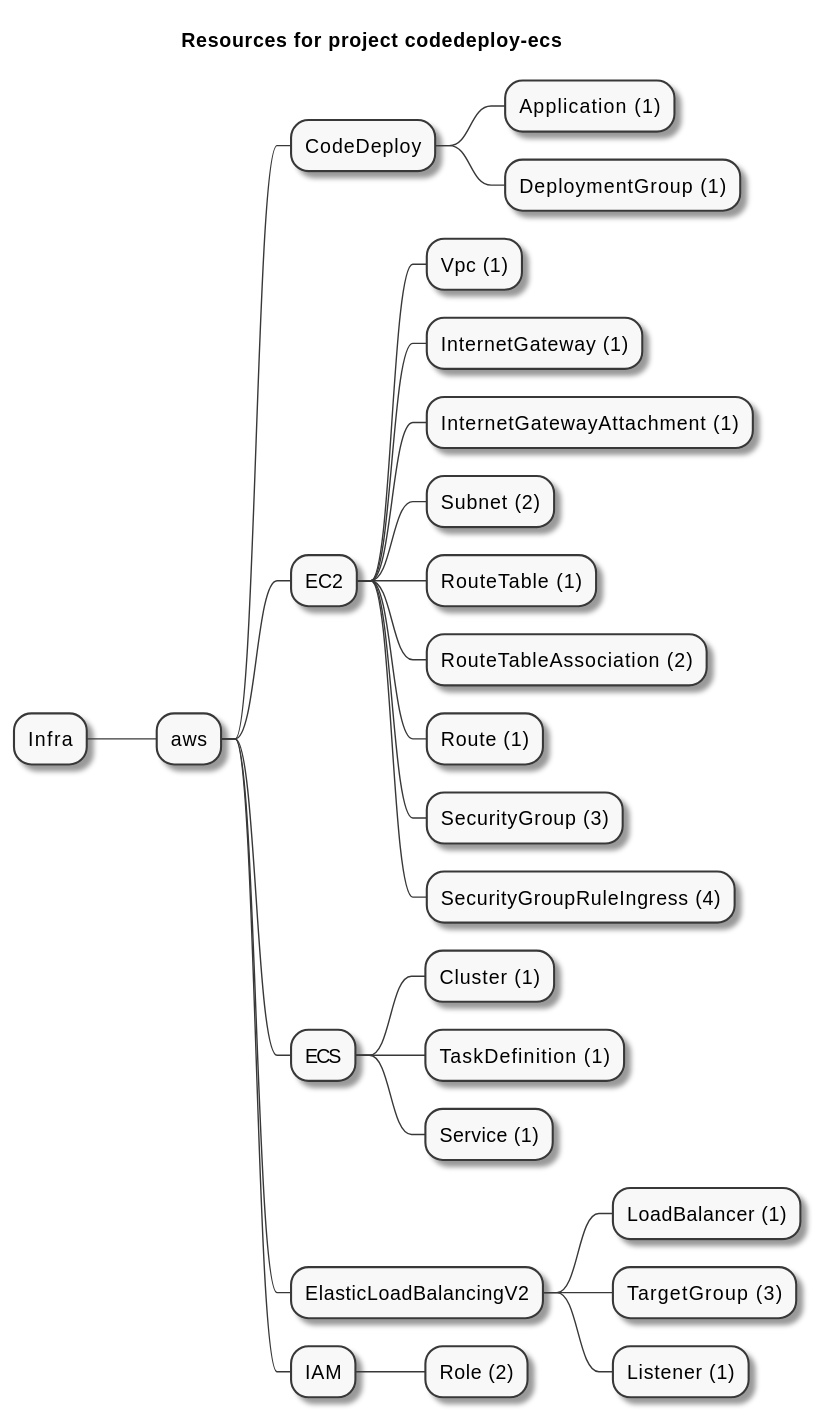
Above: examples/aws/CodeDeploy/codedeploy-ecs/artifacts/resources-mindmap.svg in grucloud/grucloud (PlantUML), before the change.
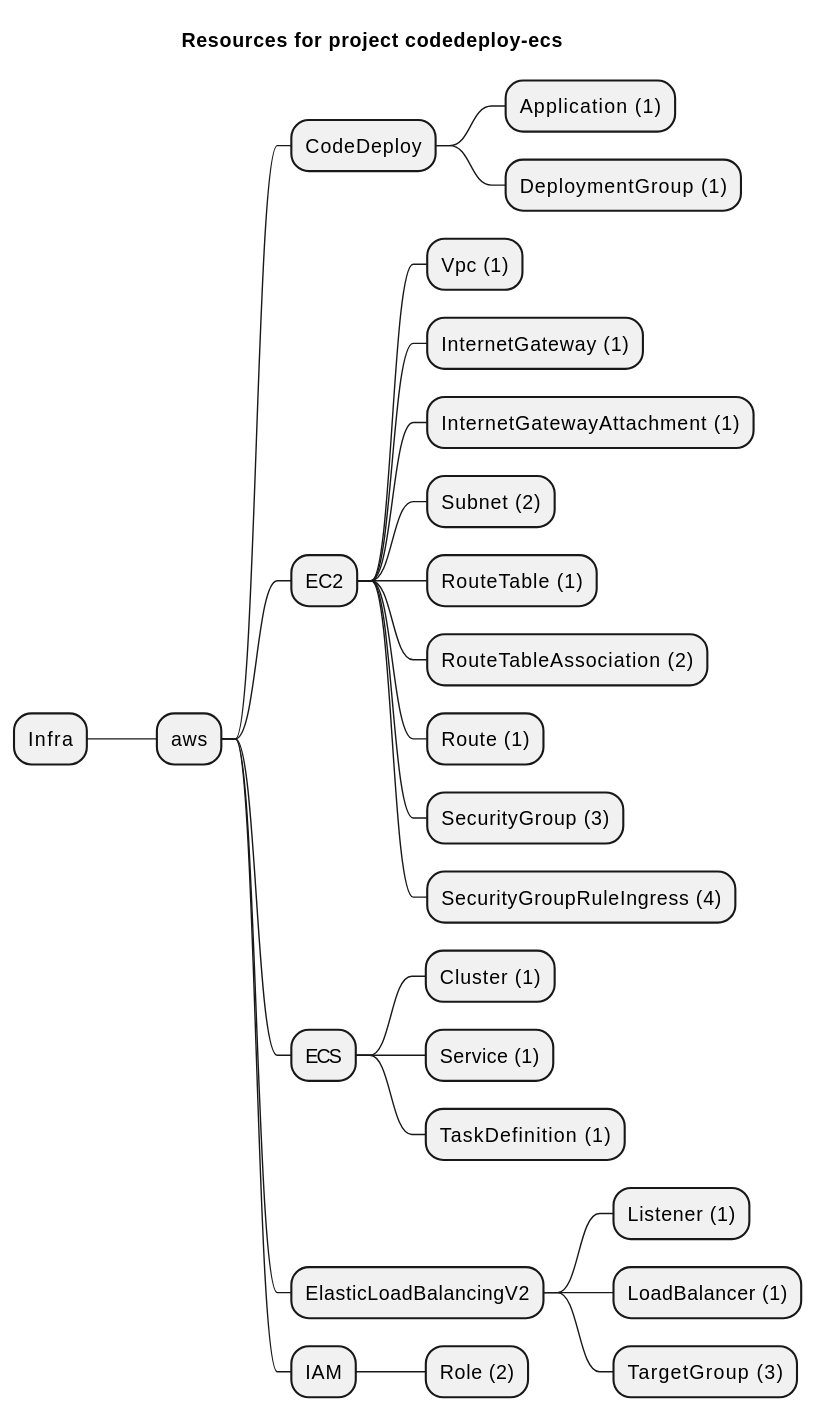
The same diagram one commit later.

The edit, as a diff of the source:
```diff
@@ -18,12 +18,12 @@
 ++++ SecurityGroupRuleIngress (4)
 +++ ECS
 ++++ Cluster (1)
+++++ Service (1)
 ++++ TaskDefinition (1)
-++++ Service (1)
 +++ ElasticLoadBalancingV2
+++++ Listener (1)
 ++++ LoadBalancer (1)
 ++++ TargetGroup (3)
-++++ Listener (1)
 +++ IAM
 ++++ Role (2)
 @endmindmap
```
